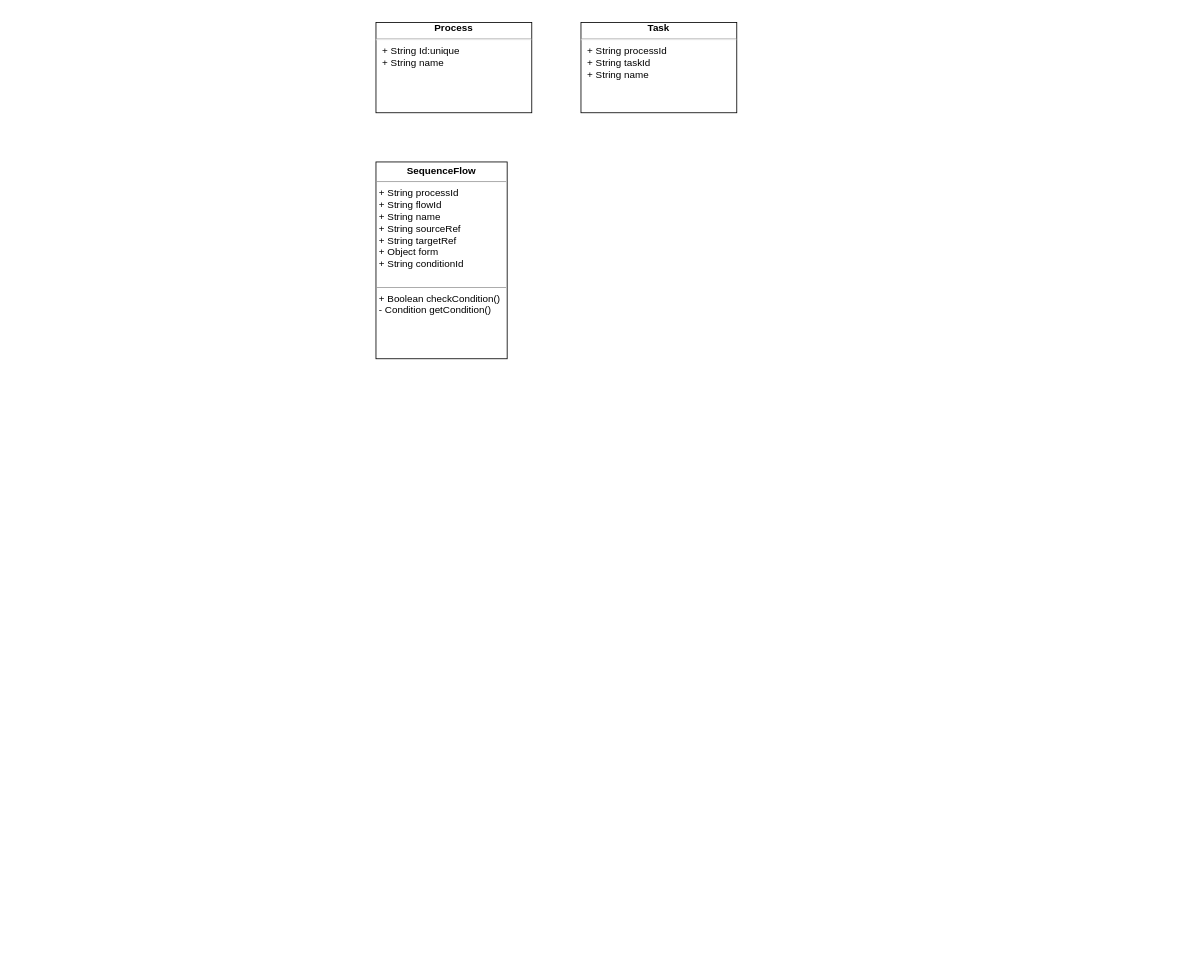
The draw.io diagram 20221110-优信拍售后过户流程设计.drawio in specialnote/diagrams, before the edit. Source tidied: cells renumbered, new cells numbered last; positions are measured from the earlier drawing's top-left corner, leaving out a move shared by most shapes. Both pictures are drawn from the tidied source at 82%, with x=0, y=0 at pixel (376, 22).
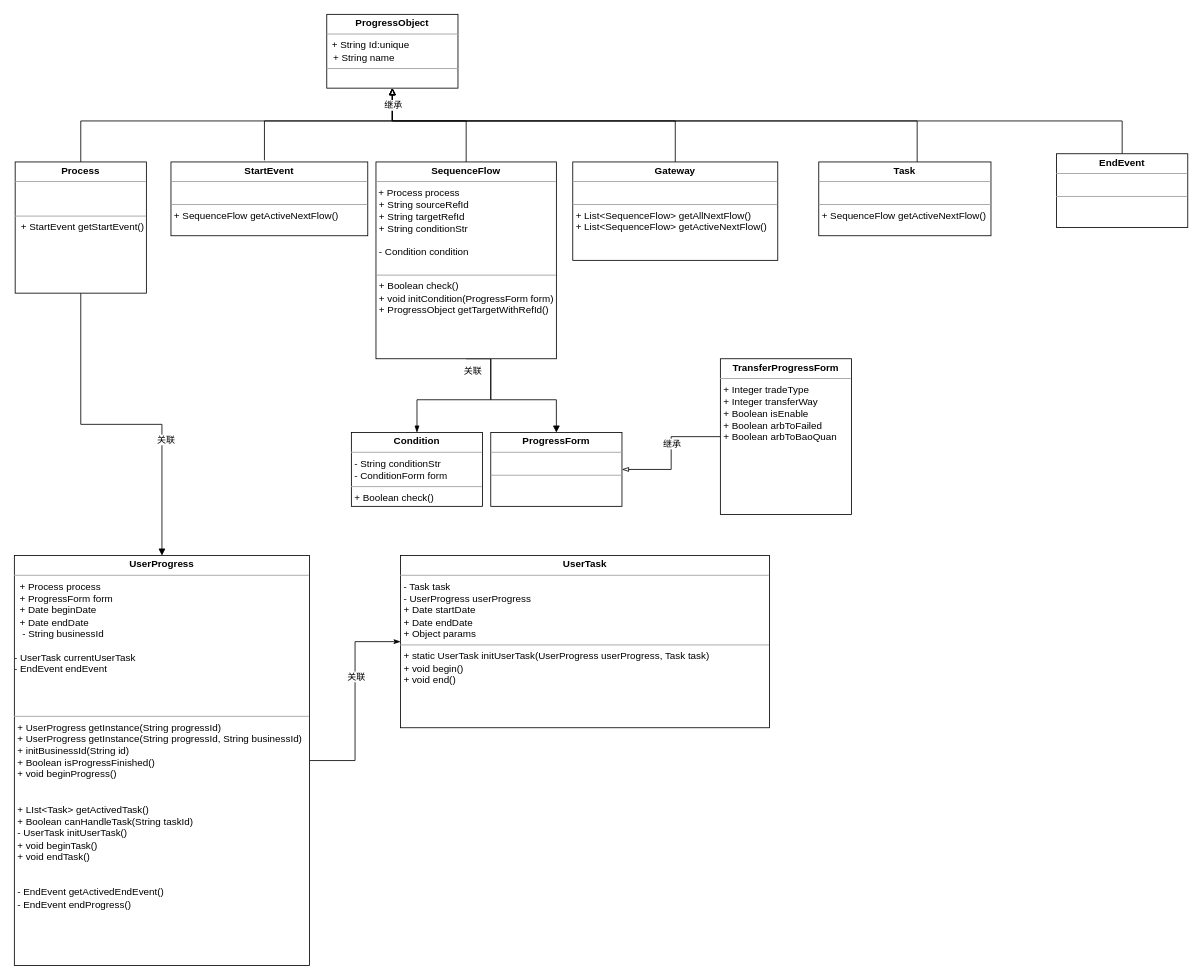
Above is the later version.

Commit message:
Update 20221110-优信拍售后过户流程设计.drawio

Change to the diagram source:
```diff
@@
-    <mxCell id="2" value="&lt;div align=&quot;center&quot;&gt;&lt;b&gt;Task&lt;/b&gt;&lt;br&gt;&lt;/div&gt;&lt;hr&gt;&lt;p style=&quot;margin:0px;margin-left:8px;&quot;&gt;+ String processId&lt;/p&gt;&lt;p style=&quot;margin:0px;margin-left:8px;&quot;&gt;+ String taskId&lt;br&gt;&lt;/p&gt;&lt;p style=&quot;margin:0px;margin-left:8px;&quot;&gt;+ String name&lt;br&gt;&lt;br&gt;&lt;/p&gt;&lt;p style=&quot;margin:0px;margin-left:8px;&quot;&gt;&lt;br&gt;&lt;/p&gt;&lt;p style=&quot;margin:0px;margin-left:8px;&quot;&gt;&lt;br&gt;&lt;/p&gt;" style="verticalAlign=middle;align=left;overflow=fill;fontSize=12;fontFamily=Helvetica;html=1;" parent="1" vertex="1">
-      <mxGeometry x="250" width="190" height="110" as="geometry" />
-    </mxCell>
-    <mxCell id="3" value="&lt;div align=&quot;center&quot;&gt;&lt;b&gt;Process&lt;/b&gt;&lt;br&gt;&lt;/div&gt;&lt;hr&gt;&lt;p style=&quot;margin:0px;margin-left:8px;&quot;&gt;+ String Id:unique&lt;/p&gt;&lt;p style=&quot;margin:0px;margin-left:8px;&quot;&gt;+ String name&lt;/p&gt;&lt;p style=&quot;margin:0px;margin-left:8px;&quot;&gt;&lt;br&gt;&lt;/p&gt;" style="verticalAlign=middle;align=left;overflow=fill;fontSize=12;fontFamily=Helvetica;html=1;" parent="1" vertex="1">
-      <mxGeometry width="190" height="110" as="geometry" />
-    </mxCell>
+    <mxCell id="5" style="edgeStyle=orthogonalEdgeStyle;rounded=0;jettySize=auto;html=1;entryX=0.5;entryY=1;entryDx=0;entryDy=0;endArrow=block;endFill=0;" parent="1" edge="1" target="22">
+      <mxGeometry relative="1" as="geometry">
+        <mxPoint x="110" y="180" as="sourcePoint" />
+        <Array as="points">
+          <mxPoint x="110" y="120" />
+          <mxPoint x="20" y="120" />
+        </Array>
+      </mxGeometry>
+    </mxCell>
+    <mxCell id="6" style="edgeStyle=orthogonalEdgeStyle;rounded=0;jettySize=auto;html=1;endArrow=blockThin;endFill=1;" parent="1" edge="1" source="4" target="9">
+      <mxGeometry relative="1" as="geometry">
+        <Array as="points">
+          <mxPoint x="140" y="460" />
+          <mxPoint x="50" y="460" />
+        </Array>
+      </mxGeometry>
+    </mxCell>
+    <mxCell id="7" style="edgeStyle=orthogonalEdgeStyle;rounded=0;jettySize=auto;html=1;endArrow=block;endFill=1;exitX=0.5;exitY=1;exitDx=0;exitDy=0;" parent="1" edge="1" source="4" target="23">
+      <mxGeometry relative="1" as="geometry">
+        <Array as="points">
+          <mxPoint x="140" y="460" />
+          <mxPoint x="220" y="460" />
+        </Array>
+      </mxGeometry>
+    </mxCell>
+    <mxCell id="8" value="关联" style="edgeLabel;html=1;align=center;verticalAlign=middle;" parent="7" vertex="1">
+      <mxGeometry x="-0.94" y="-1" relative="1" as="geometry">
+        <mxPoint x="1" y="13" as="offset" />
+      </mxGeometry>
+    </mxCell>
-    <mxCell id="4" value="&lt;p style=&quot;margin:0px;margin-top:4px;text-align:center;&quot;&gt;&lt;b&gt;SequenceFlow&lt;/b&gt;&lt;br&gt;&lt;/p&gt;&lt;hr size=&quot;1&quot;&gt;&lt;p style=&quot;margin:0px;margin-left:4px;&quot;&gt;+ String processId&lt;/p&gt;&lt;p style=&quot;margin:0px;margin-left:4px;&quot;&gt;+ String flowId&lt;/p&gt;&lt;p style=&quot;margin:0px;margin-left:4px;&quot;&gt;+ String name&lt;/p&gt;&lt;p style=&quot;margin:0px;margin-left:4px;&quot;&gt;+ String sourceRef&lt;/p&gt;&lt;p style=&quot;margin:0px;margin-left:4px;&quot;&gt;+ String targetRef&lt;/p&gt;&lt;p style=&quot;margin:0px;margin-left:4px;&quot;&gt;+ Object form&lt;br&gt;&lt;/p&gt;&lt;p style=&quot;margin:0px;margin-left:4px;&quot;&gt;+ String conditionId&lt;br&gt;&lt;/p&gt;&lt;p style=&quot;margin:0px;margin-left:4px;&quot;&gt;&lt;br&gt;&lt;/p&gt;&lt;hr size=&quot;1&quot;&gt;&lt;p style=&quot;margin:0px;margin-left:4px;&quot;&gt;+ Boolean checkCondition()&lt;/p&gt;&lt;p style=&quot;margin:0px;margin-left:4px;&quot;&gt;- Condition getCondition()&lt;br&gt;&lt;/p&gt;" style="verticalAlign=top;align=left;overflow=fill;fontSize=12;fontFamily=Helvetica;html=1;" parent="1" vertex="1">
-      <mxGeometry y="170" width="160" height="240" as="geometry" />
+    <mxCell id="4" value="&lt;p style=&quot;margin:0px;margin-top:4px;text-align:center;&quot;&gt;&lt;b&gt;SequenceFlow&lt;/b&gt;&lt;br&gt;&lt;/p&gt;&lt;hr size=&quot;1&quot;&gt;&amp;nbsp;+ Process process&lt;br&gt;&lt;p style=&quot;margin:0px;margin-left:4px;&quot;&gt;+ String sourceRefId&lt;/p&gt;&lt;p style=&quot;margin:0px;margin-left:4px;&quot;&gt;+ String targetRefId&lt;br&gt;+ String conditionStr&lt;br&gt;&lt;/p&gt;&lt;p style=&quot;margin:0px;margin-left:4px;&quot;&gt;&lt;br&gt;&lt;/p&gt;&lt;p style=&quot;margin:0px;margin-left:4px;&quot;&gt;- Condition condition&lt;br&gt;&lt;/p&gt;&lt;p style=&quot;margin:0px;margin-left:4px;&quot;&gt;&lt;br&gt;&lt;/p&gt;&lt;hr size=&quot;1&quot;&gt;&lt;p style=&quot;margin:0px;margin-left:4px;&quot;&gt;+ Boolean check()&lt;/p&gt;&lt;p style=&quot;margin:0px;margin-left:4px;&quot;&gt;+ void initCondition(ProgressForm form)&lt;br&gt;&lt;/p&gt;&lt;p style=&quot;margin:0px;margin-left:4px;&quot;&gt;+ ProgressObject getTargetWithRefId()&lt;br&gt;&lt;/p&gt;" style="verticalAlign=top;align=left;overflow=fill;fontSize=12;fontFamily=Helvetica;html=1;" parent="1" vertex="1">
+      <mxGeometry y="170" width="220" height="240" as="geometry" />
     </mxCell>
+    <mxCell id="9" value="&lt;p style=&quot;margin:0px;margin-top:4px;text-align:center;&quot;&gt;&lt;b&gt;Condition&lt;/b&gt;&lt;br&gt;&lt;/p&gt;&lt;hr size=&quot;1&quot;&gt;&lt;p style=&quot;margin:0px;margin-left:4px;&quot;&gt;- String conditionStr&lt;/p&gt;&lt;p style=&quot;margin:0px;margin-left:4px;&quot;&gt;- ConditionForm form&lt;br&gt;&lt;/p&gt;&lt;hr size=&quot;1&quot;&gt;&lt;p style=&quot;margin:0px;margin-left:4px;&quot;&gt;+ Boolean check()&lt;br&gt;&lt;/p&gt;" style="verticalAlign=top;align=left;overflow=fill;fontSize=12;fontFamily=Helvetica;html=1;" parent="1" vertex="1">
+      <mxGeometry x="-30" y="500" width="160" height="90" as="geometry" />
+    </mxCell>
+    <mxCell id="10" style="edgeStyle=orthogonalEdgeStyle;rounded=0;jettySize=auto;html=1;endArrow=block;endFill=0;" parent="1" edge="1" source="31" target="22">
+      <mxGeometry relative="1" as="geometry">
+        <Array as="points">
+          <mxPoint x="660" y="120" />
+          <mxPoint x="20" y="120" />
+        </Array>
+      </mxGeometry>
+    </mxCell>
+    <mxCell id="11" style="edgeStyle=orthogonalEdgeStyle;rounded=0;jettySize=auto;html=1;endArrow=none;endFill=0;startArrow=classicThin;startFill=1;" parent="1" edge="1" source="13" target="27">
+      <mxGeometry relative="1" as="geometry" />
+    </mxCell>
+    <mxCell id="12" value="关联" style="edgeLabel;html=1;align=center;verticalAlign=middle;" parent="11" vertex="1">
+      <mxGeometry x="-0.24" y="1" relative="1" as="geometry">
+        <mxPoint y="1" as="offset" />
+      </mxGeometry>
+    </mxCell>
+    <mxCell id="13" value="&lt;p style=&quot;margin:0px;margin-top:4px;text-align:center;&quot;&gt;&lt;b&gt;UserTask&lt;/b&gt;&lt;br&gt;&lt;/p&gt;&lt;hr size=&quot;1&quot;&gt;&lt;p style=&quot;margin:0px;margin-left:4px;&quot;&gt;- Task task&lt;/p&gt;&lt;p style=&quot;margin:0px;margin-left:4px;&quot;&gt;- UserProgress userProgress&lt;br&gt;+ Date startDate&lt;br&gt;+ Date endDate&lt;br&gt;+ Object params&lt;br&gt;&lt;/p&gt;&lt;hr size=&quot;1&quot;&gt;&lt;p style=&quot;margin:0px;margin-left:4px;&quot;&gt;+ static UserTask initUserTask(UserProgress userProgress, Task task)&lt;br&gt;+ void begin()&lt;br&gt;+ void end()&lt;/p&gt;" style="verticalAlign=top;align=left;overflow=fill;fontSize=12;fontFamily=Helvetica;html=1;" parent="1" vertex="1">
+      <mxGeometry x="30" y="650" width="450" height="210" as="geometry" />
+    </mxCell>
+    <mxCell id="14" style="edgeStyle=orthogonalEdgeStyle;rounded=0;jettySize=auto;html=1;endArrow=block;endFill=0;exitX=0.5;exitY=0;exitDx=0;exitDy=0;" parent="1" edge="1" source="17" target="22">
+      <mxGeometry relative="1" as="geometry">
+        <Array as="points">
+          <mxPoint x="-360" y="120" />
+          <mxPoint x="20" y="120" />
+        </Array>
+      </mxGeometry>
+    </mxCell>
+    <mxCell id="15" style="edgeStyle=orthogonalEdgeStyle;rounded=0;jettySize=auto;html=1;endArrow=block;endFill=1;" parent="1" edge="1" source="17" target="27">
+      <mxGeometry relative="1" as="geometry" />
+    </mxCell>
+    <mxCell id="16" value="关联" style="edgeLabel;html=1;align=center;verticalAlign=middle;" parent="15" vertex="1">
+      <mxGeometry x="0.32" y="4" relative="1" as="geometry" />
+    </mxCell>
+    <mxCell id="17" value="&lt;p style=&quot;margin:0px;margin-top:4px;text-align:center;&quot;&gt;&lt;b&gt;Process&lt;/b&gt;&lt;/p&gt;&lt;hr size=&quot;1&quot;&gt;&lt;br&gt;&lt;p style=&quot;margin:0px;margin-left:8px;&quot;&gt;&lt;br&gt;&lt;/p&gt;&lt;hr size=&quot;1&quot;&gt;&lt;p style=&quot;margin:0px;margin-left:4px;&quot;&gt;&amp;nbsp;+ StartEvent getStartEvent()&lt;br&gt;&lt;/p&gt;" style="verticalAlign=top;align=left;overflow=fill;fontSize=12;fontFamily=Helvetica;html=1;" parent="1" vertex="1">
+      <mxGeometry x="-440" y="170" width="160" height="160" as="geometry" />
+    </mxCell>
+    <mxCell id="18" style="edgeStyle=orthogonalEdgeStyle;rounded=0;jettySize=auto;html=1;entryX=0.5;entryY=1;entryDx=0;entryDy=0;endArrow=block;endFill=0;exitX=0.475;exitY=-0.022;exitDx=0;exitDy=0;exitPerimeter=0;" parent="1" edge="1" source="19" target="22">
+      <mxGeometry relative="1" as="geometry">
+        <Array as="points">
+          <mxPoint x="-136" y="120" />
+          <mxPoint x="20" y="120" />
+        </Array>
+      </mxGeometry>
+    </mxCell>
+    <mxCell id="19" value="&lt;p style=&quot;margin:0px;margin-top:4px;text-align:center;&quot;&gt;&lt;b&gt;StartEvent&lt;/b&gt;&lt;br&gt;&lt;/p&gt;&lt;hr size=&quot;1&quot;&gt;&lt;br&gt;&lt;hr size=&quot;1&quot;&gt;&lt;p style=&quot;margin:0px;margin-left:4px;&quot;&gt;+ SequenceFlow getActiveNextFlow()&lt;/p&gt;" style="verticalAlign=top;align=left;overflow=fill;fontSize=12;fontFamily=Helvetica;html=1;" parent="1" vertex="1">
+      <mxGeometry x="-250" y="170" width="240" height="90" as="geometry" />
+    </mxCell>
+    <mxCell id="20" style="edgeStyle=orthogonalEdgeStyle;rounded=0;jettySize=auto;html=1;endArrow=block;endFill=0;" parent="1" edge="1" source="21" target="22">
+      <mxGeometry relative="1" as="geometry">
+        <Array as="points">
+          <mxPoint x="910" y="120" />
+          <mxPoint x="20" y="120" />
+        </Array>
+      </mxGeometry>
+    </mxCell>
+    <mxCell id="21" value="&lt;p style=&quot;margin:0px;margin-top:4px;text-align:center;&quot;&gt;&lt;b&gt;EndEvent&lt;/b&gt;&lt;br&gt;&lt;/p&gt;&lt;hr size=&quot;1&quot;&gt;&amp;nbsp; &lt;br&gt;&lt;hr size=&quot;1&quot;&gt;&lt;p style=&quot;margin:0px;margin-left:4px;&quot;&gt;&lt;br&gt;&lt;/p&gt;" style="verticalAlign=top;align=left;overflow=fill;fontSize=12;fontFamily=Helvetica;html=1;" parent="1" vertex="1">
+      <mxGeometry x="830" y="160" width="160" height="90" as="geometry" />
+    </mxCell>
+    <mxCell id="22" value="&lt;p style=&quot;margin:0px;margin-top:4px;text-align:center;&quot;&gt;&lt;b&gt;ProgressObject&lt;/b&gt;&lt;br&gt;&lt;/p&gt;&lt;hr size=&quot;1&quot;&gt;&amp;nbsp; + String Id:unique&lt;p style=&quot;margin:0px;margin-left:8px;&quot;&gt;+ String name&lt;/p&gt;&lt;hr size=&quot;1&quot;&gt;" style="verticalAlign=top;align=left;overflow=fill;fontSize=12;fontFamily=Helvetica;html=1;" parent="1" vertex="1">
+      <mxGeometry x="-60" y="-10" width="160" height="90" as="geometry" />
+    </mxCell>
+    <mxCell id="23" value="&lt;p style=&quot;margin:0px;margin-top:4px;text-align:center;&quot;&gt;&lt;b&gt;ProgressForm&lt;/b&gt;&lt;br&gt;&lt;/p&gt;&lt;hr size=&quot;1&quot;&gt;&lt;p style=&quot;margin:0px;margin-left:4px;&quot;&gt;&lt;br&gt;&lt;/p&gt;&lt;hr size=&quot;1&quot;&gt;&amp;nbsp;" style="verticalAlign=top;align=left;overflow=fill;fontSize=12;fontFamily=Helvetica;html=1;" parent="1" vertex="1">
+      <mxGeometry x="140" y="500" width="160" height="90" as="geometry" />
+    </mxCell>
+    <mxCell id="24" style="edgeStyle=orthogonalEdgeStyle;rounded=0;jettySize=auto;html=1;entryX=1;entryY=0.5;entryDx=0;entryDy=0;endArrow=blockThin;endFill=0;" parent="1" edge="1" source="26" target="23">
+      <mxGeometry relative="1" as="geometry" />
+    </mxCell>
+    <mxCell id="25" value="继承" style="edgeLabel;html=1;align=center;verticalAlign=middle;" parent="24" vertex="1">
+      <mxGeometry x="-0.15" relative="1" as="geometry" />
+    </mxCell>
+    <mxCell id="26" value="&lt;p style=&quot;margin:0px;margin-top:4px;text-align:center;&quot;&gt;&lt;b&gt;TransferProgressForm&lt;/b&gt;&lt;br&gt;&lt;/p&gt;&lt;hr size=&quot;1&quot;&gt;&lt;p style=&quot;margin:0px;margin-left:4px;&quot;&gt;+ Integer tradeType&lt;/p&gt;&lt;p style=&quot;margin:0px;margin-left:4px;&quot;&gt;+ Integer transferWay&lt;/p&gt;&lt;p style=&quot;margin:0px;margin-left:4px;&quot;&gt;+ Boolean isEnable&lt;br&gt;&lt;/p&gt;&lt;p style=&quot;margin:0px;margin-left:4px;&quot;&gt;+ Boolean arbToFailed&lt;br&gt;+ Boolean arbToBaoQuan&lt;br&gt;&lt;/p&gt;&lt;p style=&quot;margin:0px;margin-left:4px;&quot;&gt;&lt;br&gt;&lt;/p&gt;" style="verticalAlign=top;align=left;overflow=fill;fontSize=12;fontFamily=Helvetica;html=1;" parent="1" vertex="1">
+      <mxGeometry x="420" y="410" width="160" height="190" as="geometry" />
+    </mxCell>
+    <mxCell id="27" value="&lt;p style=&quot;margin:0px;margin-top:4px;text-align:center;&quot;&gt;&lt;b&gt;UserProgress&lt;/b&gt;&lt;/p&gt;&lt;hr size=&quot;1&quot;&gt;&lt;div&gt;&amp;nbsp; + Process process&lt;br&gt;&amp;nbsp; + ProgressForm form&lt;br&gt;&amp;nbsp; + Date beginDate&lt;br&gt;&amp;nbsp; + Date endDate&lt;br&gt;&amp;nbsp;&amp;nbsp; - String businessId&lt;/div&gt;&lt;div&gt;&amp;nbsp; &lt;br&gt;&lt;/div&gt;&lt;div&gt;- UserTask currentUserTask&lt;/div&gt;&lt;div&gt;- EndEvent endEvent&lt;br&gt;&lt;/div&gt;&lt;div&gt;&amp;nbsp; &lt;br&gt;&lt;/div&gt;&lt;div&gt;&amp;nbsp; &lt;br&gt;&lt;/div&gt;&lt;p style=&quot;margin:0px;margin-left:8px;&quot;&gt;&lt;br&gt;&lt;/p&gt;&lt;hr size=&quot;1&quot;&gt;&lt;p style=&quot;margin:0px;margin-left:4px;&quot;&gt;+ UserProgress getInstance(String progressId)&lt;/p&gt;&lt;p style=&quot;margin:0px;margin-left:4px;&quot;&gt;+ UserProgress getInstance(String progressId, String businessId)&lt;/p&gt;&lt;p style=&quot;margin:0px;margin-left:4px;&quot;&gt;+ initBusinessId(String id)&lt;/p&gt;&lt;p style=&quot;margin:0px;margin-left:4px;&quot;&gt;+ Boolean isProgressFinished()&lt;br&gt;&lt;/p&gt;&lt;p style=&quot;margin:0px;margin-left:4px;&quot;&gt; + void beginProgress()&lt;/p&gt;&lt;p style=&quot;margin:0px;margin-left:4px;&quot;&gt;&lt;br&gt;&lt;/p&gt;&lt;p style=&quot;margin:0px;margin-left:4px;&quot;&gt;&lt;br&gt;&lt;/p&gt;&lt;p style=&quot;margin:0px;margin-left:4px;&quot;&gt;+ LIst&amp;lt;Task&amp;gt; getActivedTask()&lt;/p&gt;&lt;p style=&quot;margin:0px;margin-left:4px;&quot;&gt;+ Boolean canHandleTask(String taskId)&lt;/p&gt;&lt;p style=&quot;margin:0px;margin-left:4px;&quot;&gt;- UserTask initUserTask()&lt;br&gt;&lt;/p&gt;&lt;p style=&quot;margin:0px;margin-left:4px;&quot;&gt;&lt;/p&gt;&lt;p style=&quot;margin:0px;margin-left:4px;&quot;&gt;+ void beginTask()&lt;/p&gt;&lt;p style=&quot;margin:0px;margin-left:4px;&quot;&gt;+ void endTask()&lt;/p&gt;&lt;p style=&quot;margin:0px;margin-left:4px;&quot;&gt;&lt;br&gt;&lt;/p&gt;&lt;p style=&quot;margin:0px;margin-left:4px;&quot;&gt;&lt;br&gt;&lt;/p&gt;&lt;p style=&quot;margin:0px;margin-left:4px;&quot;&gt;- EndEvent getActivedEndEvent()&lt;/p&gt;&lt;p style=&quot;margin:0px;margin-left:4px;&quot;&gt;- EndEvent endProgress()&lt;/p&gt;" style="verticalAlign=top;align=left;overflow=fill;fontSize=12;fontFamily=Helvetica;html=1;" parent="1" vertex="1">
+      <mxGeometry x="-441" y="650" width="360" height="500" as="geometry" />
+    </mxCell>
+    <mxCell id="28" style="edgeStyle=orthogonalEdgeStyle;rounded=0;jettySize=auto;html=1;endArrow=blockThin;endFill=0;exitX=0.5;exitY=0;exitDx=0;exitDy=0;" parent="1" edge="1" source="30" target="22">
+      <mxGeometry relative="1" as="geometry">
+        <Array as="points">
+          <mxPoint x="365" y="120" />
+          <mxPoint x="20" y="120" />
+        </Array>
+      </mxGeometry>
+    </mxCell>
+    <mxCell id="29" value="继承" style="edgeLabel;html=1;align=center;verticalAlign=middle;" parent="28" vertex="1">
+      <mxGeometry x="0.94" y="2" relative="1" as="geometry">
+        <mxPoint x="2" y="7" as="offset" />
+      </mxGeometry>
+    </mxCell>
+    <mxCell id="30" value="&lt;p style=&quot;margin:0px;margin-top:4px;text-align:center;&quot;&gt;&lt;b&gt;Gateway&lt;/b&gt;&lt;br&gt;&lt;/p&gt;&lt;hr size=&quot;1&quot;&gt;&lt;br&gt;&lt;hr size=&quot;1&quot;&gt;&lt;p style=&quot;margin:0px;margin-left:4px;&quot;&gt;+ List&amp;lt;SequenceFlow&amp;gt; getAllNextFlow()&lt;br&gt;+ List&amp;lt;SequenceFlow&amp;gt; getActiveNextFlow()&lt;/p&gt;&lt;p style=&quot;margin:0px;margin-left:4px;&quot;&gt;&lt;br&gt;&lt;br&gt;&lt;/p&gt;&lt;p style=&quot;margin:0px;margin-left:4px;&quot;&gt;&lt;/p&gt;" style="verticalAlign=top;align=left;overflow=fill;fontSize=12;fontFamily=Helvetica;html=1;" parent="1" vertex="1">
+      <mxGeometry x="240" y="170" width="250" height="120" as="geometry" />
+    </mxCell>
+    <mxCell id="31" value="&lt;p style=&quot;margin:0px;margin-top:4px;text-align:center;&quot;&gt;&lt;b&gt;Task&lt;/b&gt;&lt;br&gt;&lt;/p&gt;&lt;hr size=&quot;1&quot;&gt;&amp;nbsp; &lt;br&gt;&lt;hr size=&quot;1&quot;&gt;&lt;p style=&quot;margin:0px;margin-left:4px;&quot;&gt;+ SequenceFlow getActiveNextFlow()&lt;/p&gt;&lt;p style=&quot;margin:0px;margin-left:4px;&quot;&gt;&lt;/p&gt;" style="verticalAlign=top;align=left;overflow=fill;fontSize=12;fontFamily=Helvetica;html=1;" parent="1" vertex="1">
+      <mxGeometry x="540" y="170" width="210" height="90" as="geometry" />
+    </mxCell>
```
